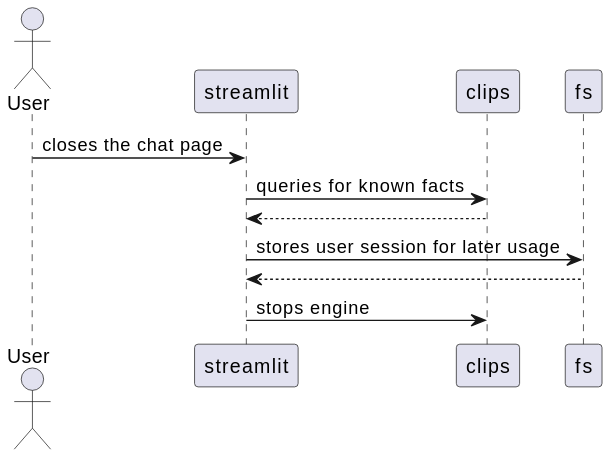
The PlantUML diagram docs/diagrams/dialogue-ends.svg in skorczan/pcc3-clerk, before a commit. The source it was exported from:
```plantuml
@startuml
actor User as user

user -> streamlit : closes the chat page

streamlit -> clips : queries for known facts
streamlit <-- clips

streamlit -> fs : stores user session for later usage
fs --> streamlit

streamlit -> clips : stops engine
@enduml
```
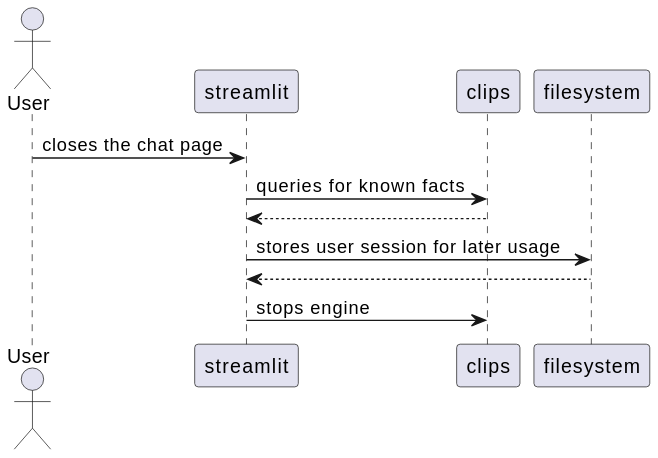
After the change.

What changed in the source:
```diff
@@ -6,8 +6,8 @@
 streamlit -> clips : queries for known facts
 streamlit <-- clips
 
-streamlit -> fs : stores user session for later usage
-fs --> streamlit
+streamlit -> filesystem : stores user session for later usage
+filesystem --> streamlit
 
 streamlit -> clips : stops engine
 @enduml
```
